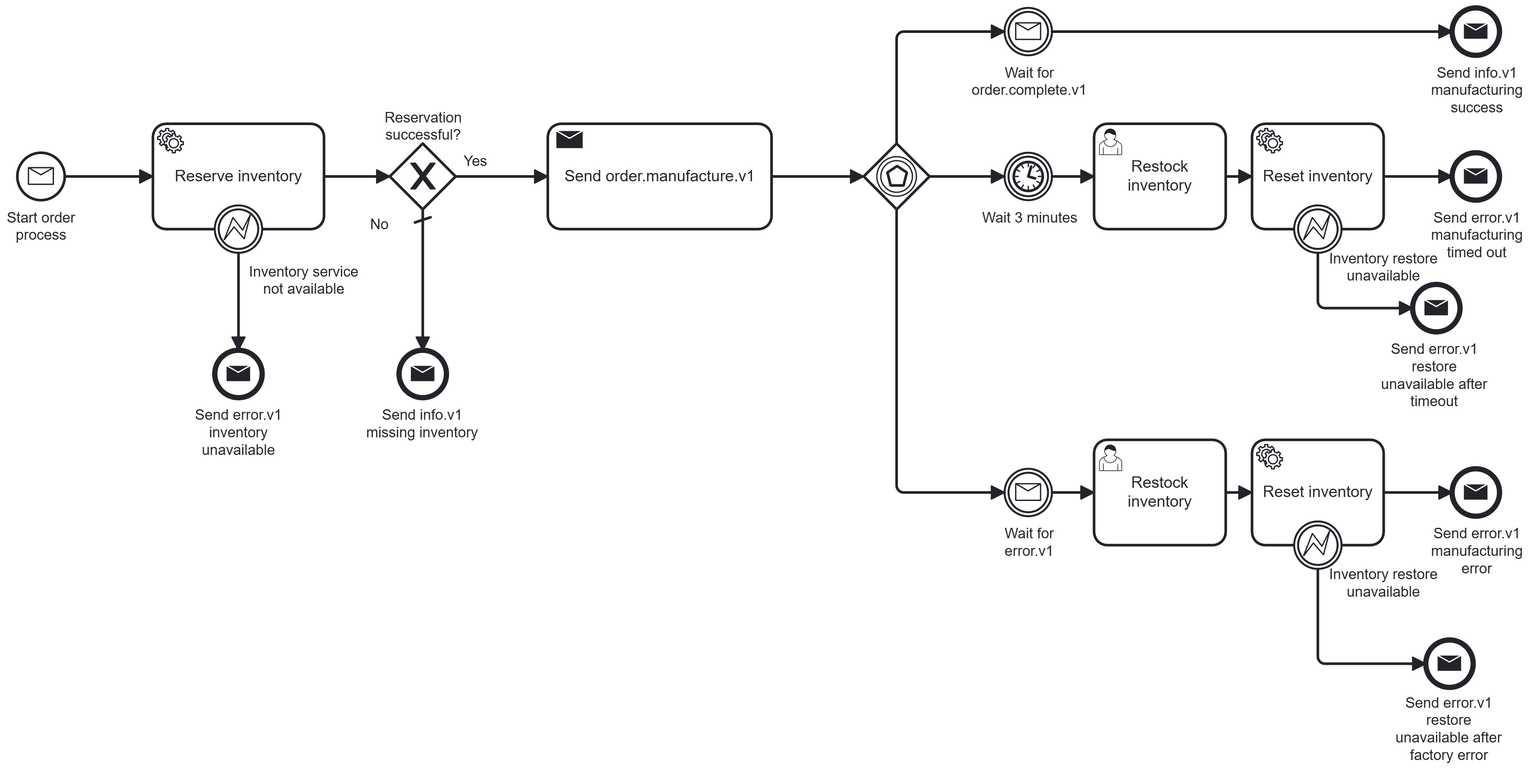
Before: doc/images/order.png, a diagram exported from BPMN (ielpo/edpo-project-group1). Its source is kept beside it as services/order/src/main/resources/order.bpmn. Ids are renumbered.
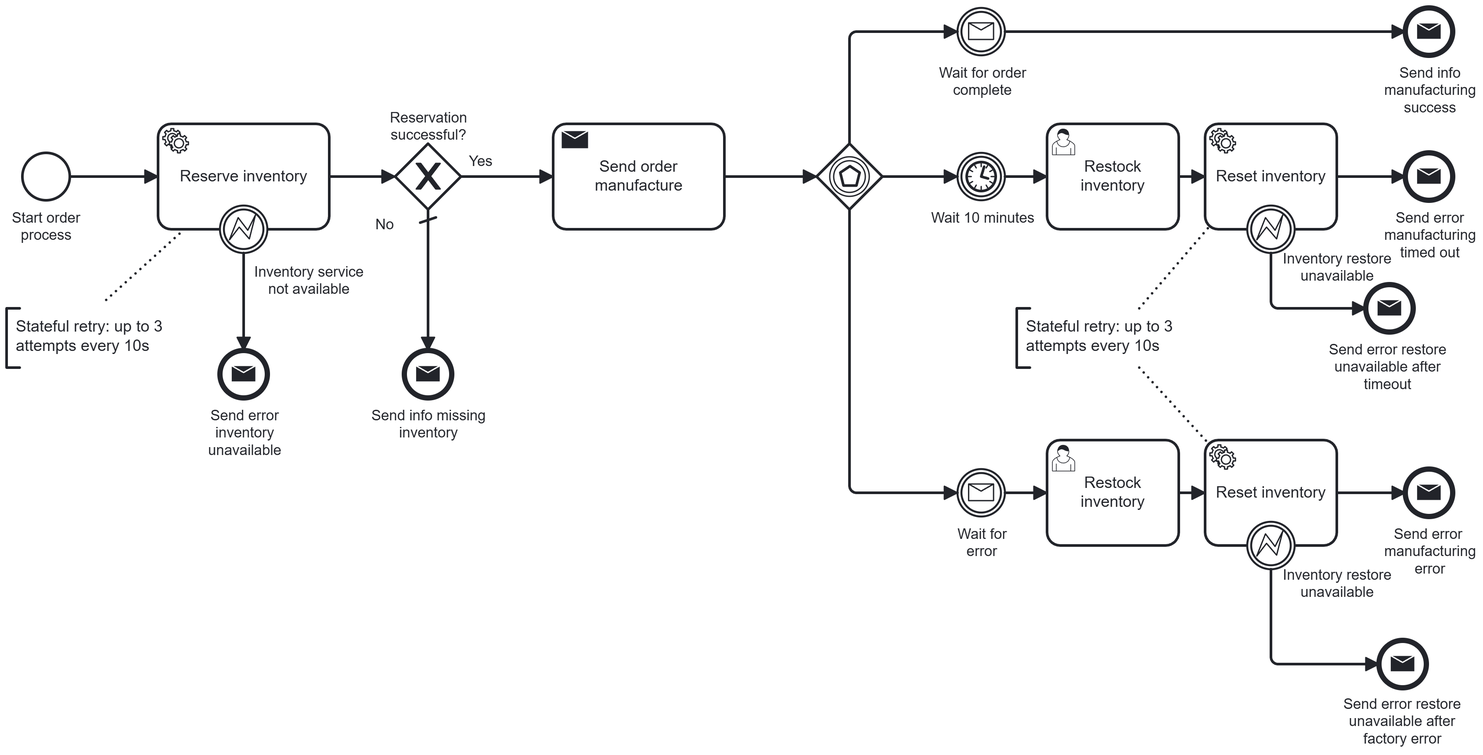
After the commit.

Diff of the diagram source:
```diff
@@ -61,11 +61,11 @@
     </bpmn:intermediateCatchEvent>
     <bpmn:sequenceFlow id="Flow_n22" sourceRef="Event_n21" targetRef="Event_n25" />
     <bpmn:sequenceFlow id="Flow_n19" sourceRef="Gateway_n17" targetRef="Event_n26" />
-    <bpmn:intermediateCatchEvent id="Event_n26" name="Wait 30 minutes">
+    <bpmn:intermediateCatchEvent id="Event_n26" name="Wait 10 minutes">
       <bpmn:incoming>Flow_n19</bpmn:incoming>
       <bpmn:outgoing>Flow_n27</bpmn:outgoing>
       <bpmn:timerEventDefinition id="TimerEventDefinition_n28">
-        <bpmn:timeDuration>PT30M</bpmn:timeDuration>
+        <bpmn:timeDuration>PT10M</bpmn:timeDuration>
       </bpmn:timerEventDefinition>
     </bpmn:intermediateCatchEvent>
     <bpmn:sequenceFlow id="Flow_n27" sourceRef="Event_n26" targetRef="Activity_n29" />
```
